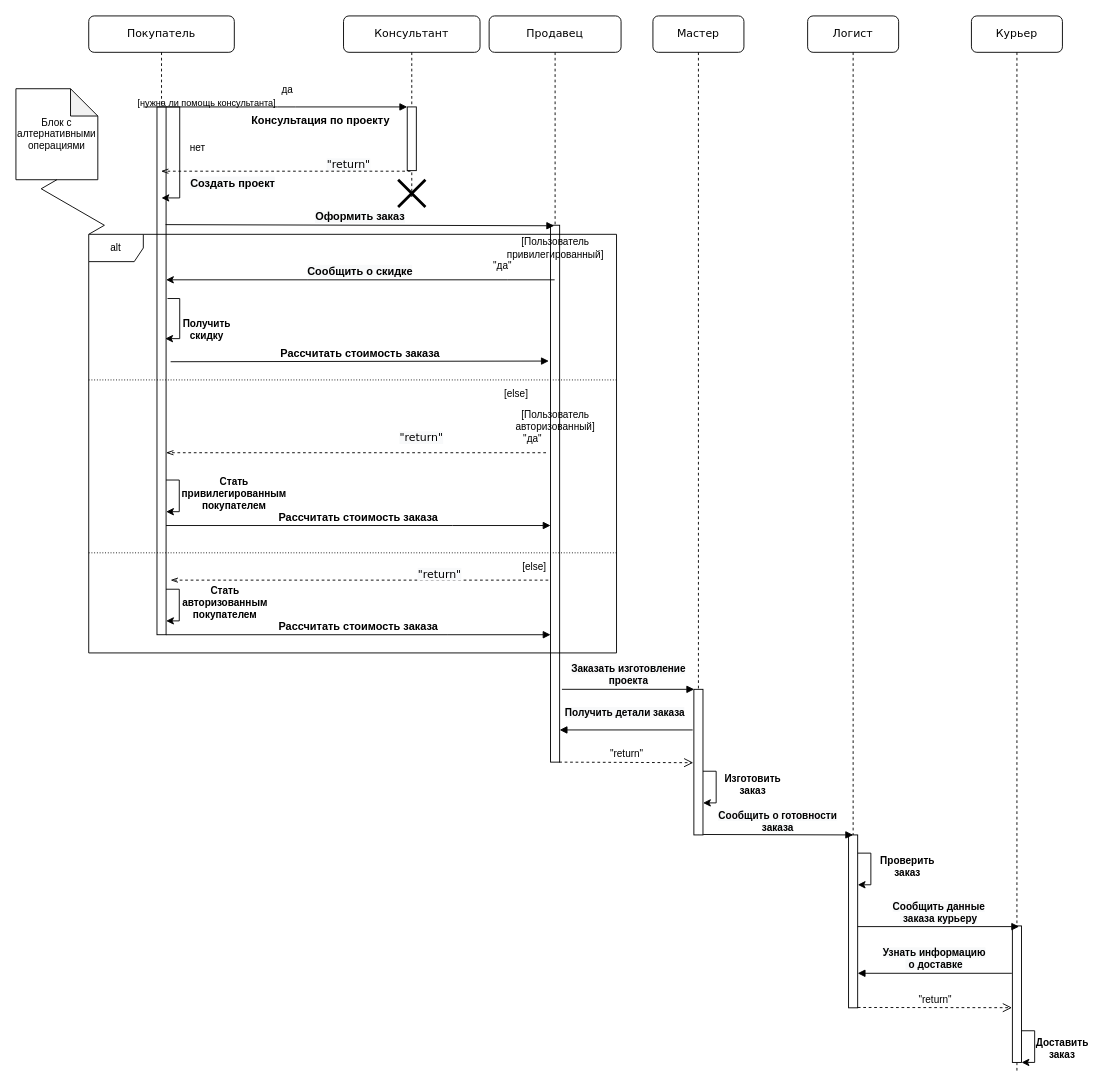
Earlier version of the draw.io diagram Диаграмма без названия.drawio (shatanov/IT-exams). Source tidied: cells renumbered, new cells numbered last; positions are measured from the earlier drawing's top-left corner, leaving out a move shared by most shapes. Both pictures are drawn from the tidied source at 91%, with x=0, y=0 at pixel (15, 15).
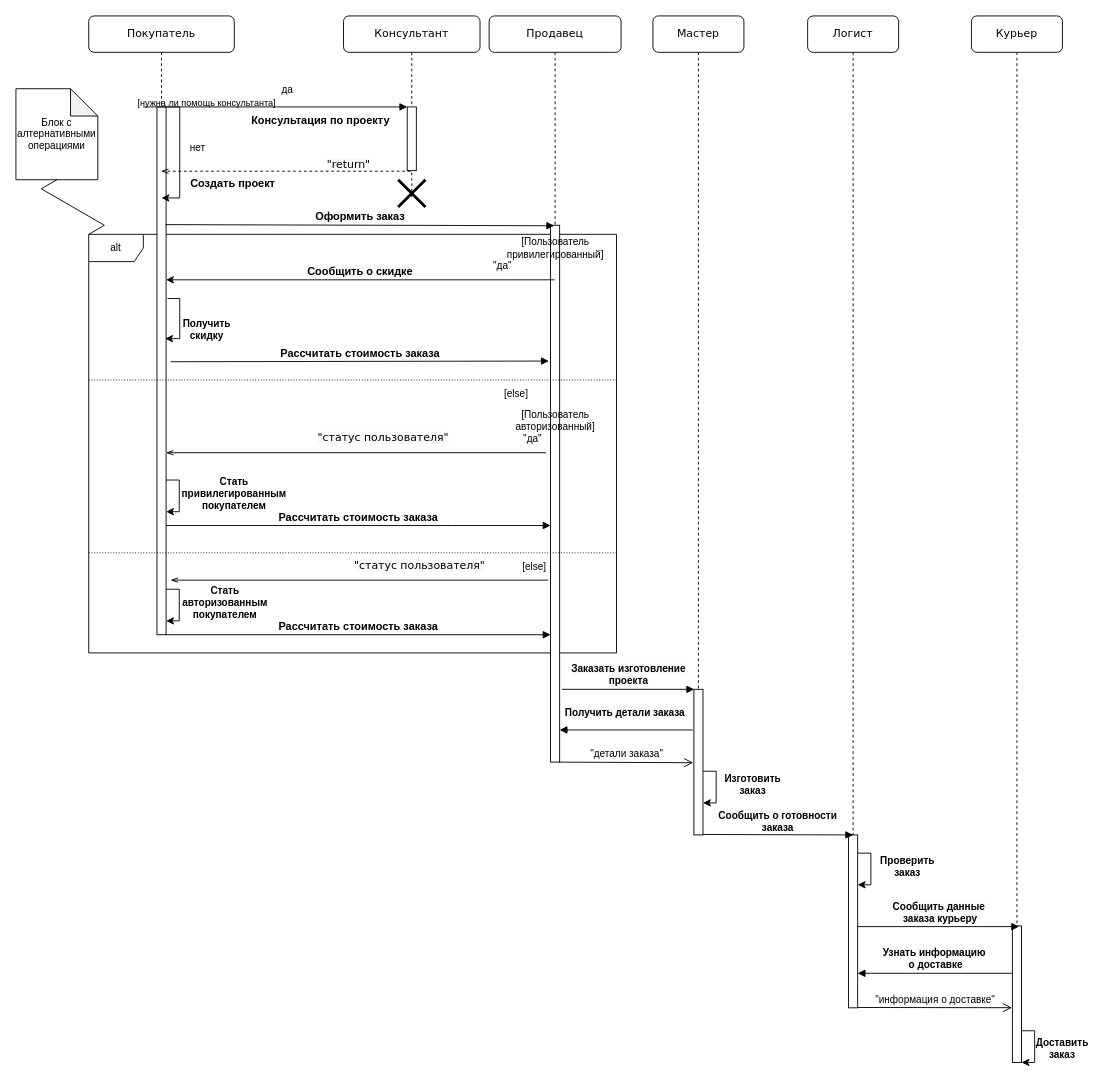
The same page after the edit.

The change refers to these unchanged cells:
```xml
<mxCell id="8" style="html=1;points=[];perimeter=orthogonalPerimeter;rounded=0;shadow=0;comic=0;labelBackgroundColor=none;strokeWidth=1;fontFamily=Verdana;fontSize=12;align=center;" parent="7" vertex="1">
  <mxGeometry x="67.5" y="230" width="10" height="590" as="geometry" />
</mxCell>
<mxCell id="13" value="&quot;да&quot;" style="text;html=1;strokeColor=none;fillColor=none;align=center;verticalAlign=middle;whiteSpace=wrap;rounded=0;fontSize=11;" parent="7" vertex="1">
  <mxGeometry x="17.5" y="450" width="60" height="30" as="geometry" />
</mxCell>
<mxCell id="15" style="html=1;points=[];perimeter=orthogonalPerimeter;rounded=0;shadow=0;comic=0;labelBackgroundColor=none;strokeWidth=1;fontFamily=Verdana;fontSize=12;align=center;" parent="14" vertex="1">
  <mxGeometry x="45" y="740" width="10" height="160" as="geometry" />
</mxCell>
<mxCell id="18" style="html=1;points=[];perimeter=orthogonalPerimeter;rounded=0;shadow=0;comic=0;labelBackgroundColor=none;strokeWidth=1;fontFamily=Verdana;fontSize=12;align=center;" parent="17" vertex="1">
  <mxGeometry x="45" y="900" width="10" height="190" as="geometry" />
</mxCell>
<mxCell id="21" style="html=1;points=[];perimeter=orthogonalPerimeter;rounded=0;shadow=0;comic=0;labelBackgroundColor=none;strokeColor=#000000;strokeWidth=1;fillColor=#FFFFFF;fontFamily=Verdana;fontSize=12;fontColor=#000000;align=center;" parent="20" vertex="1">
  <mxGeometry x="45" y="1000" width="10" height="150" as="geometry" />
</mxCell>
<mxCell id="24" style="html=1;points=[];perimeter=orthogonalPerimeter;rounded=0;shadow=0;comic=0;labelBackgroundColor=none;strokeWidth=1;fontFamily=Verdana;fontSize=12;align=center;" parent="23" vertex="1">
  <mxGeometry x="75" y="100" width="10" height="580" as="geometry" />
</mxCell>
<mxCell id="44" value="[else]" style="text;html=1;strokeColor=none;fillColor=none;align=center;verticalAlign=middle;whiteSpace=wrap;rounded=0;fontSize=11;" parent="1" vertex="1">
  <mxGeometry x="540" y="590" width="60" height="30" as="geometry" />
</mxCell>
```

Diff of the diagram source:
```diff
@@
+    <mxCell id="61" value="alt" style="shape=umlFrame;whiteSpace=wrap;html=1;fontSize=11;" parent="1" vertex="1">
+      <mxGeometry x="80" y="240" width="580" height="460" as="geometry" />
+    </mxCell>
@@
     <mxCell id="20" value="Курьер" style="shape=umlLifeline;perimeter=lifelinePerimeter;whiteSpace=wrap;html=1;rounded=1;shadow=0;comic=0;labelBackgroundColor=none;strokeWidth=1;fontFamily=Verdana;fontSize=12;align=center;" parent="1" vertex="1">
-      <mxGeometry x="1050" width="100" height="1160" as="geometry" />
+      <mxGeometry x="1050" width="100" height="1150" as="geometry" />
     </mxCell>
@@
-    <mxCell id="40" style="html=1;verticalAlign=bottom;endArrow=openThin;rounded=0;fontSize=11;strokeWidth=1;exitX=0.75;exitY=1;exitDx=0;exitDy=0;dashed=1;endFill=0;" parent="1" edge="1" source="13" target="24">
+    <mxCell id="40" style="html=1;verticalAlign=bottom;endArrow=openThin;rounded=0;fontSize=11;strokeWidth=1;exitX=0.75;exitY=1;exitDx=0;exitDy=0;endFill=0;" parent="1" edge="1" source="13" target="24">
       <mxGeometry relative="1" as="geometry" />
     </mxCell>
@@
-    <mxCell id="42" value="&lt;span style=&quot;color: rgb(0 , 0 , 0) ; font-family: &amp;#34;verdana&amp;#34; ; font-size: 12px ; font-style: normal ; font-weight: 400 ; letter-spacing: normal ; text-align: center ; text-indent: 0px ; text-transform: none ; word-spacing: 0px ; background-color: rgb(248 , 249 , 250) ; display: inline ; float: none&quot;&gt;&quot;return&quot;&lt;/span&gt;" style="text;whiteSpace=wrap;html=1;fontSize=11;" parent="1" vertex="1">
-      <mxGeometry x="420" y="450" width="60" height="30" as="geometry" />
+    <mxCell id="42" value="&lt;span style=&quot;color: rgb(0 , 0 , 0) ; font-family: &amp;#34;verdana&amp;#34; ; font-size: 12px ; font-style: normal ; font-weight: 400 ; letter-spacing: normal ; text-align: center ; text-indent: 0px ; text-transform: none ; word-spacing: 0px ; background-color: rgb(248 , 249 , 250) ; display: inline ; float: none&quot;&gt;&quot;статус пользователя&quot;&lt;/span&gt;" style="text;whiteSpace=wrap;html=1;fontSize=11;" parent="1" vertex="1">
+      <mxGeometry x="330" y="450" width="150" height="30" as="geometry" />
     </mxCell>
@@
-    <mxCell id="45" style="html=1;verticalAlign=bottom;endArrow=openThin;rounded=0;fontSize=11;strokeWidth=1;exitX=0.75;exitY=1;exitDx=0;exitDy=0;dashed=1;endFill=0;" parent="1" edge="1" source="44">
+    <mxCell id="45" style="html=1;verticalAlign=bottom;endArrow=openThin;rounded=0;fontSize=11;strokeWidth=1;exitX=0.75;exitY=1;exitDx=0;exitDy=0;endFill=0;" parent="1" edge="1" source="44">
       <mxGeometry relative="1" as="geometry">
         <mxPoint x="170" y="620" as="targetPoint" />
       </mxGeometry>
     </mxCell>
@@
-    <mxCell id="48" value="&lt;span style=&quot;color: rgb(0 , 0 , 0) ; font-family: &amp;#34;verdana&amp;#34; ; font-size: 12px ; font-style: normal ; font-weight: 400 ; letter-spacing: normal ; text-align: center ; text-indent: 0px ; text-transform: none ; word-spacing: 0px ; background-color: rgb(248 , 249 , 250) ; display: inline ; float: none&quot;&gt;&quot;return&quot;&lt;/span&gt;" style="text;whiteSpace=wrap;html=1;fontSize=11;" parent="1" vertex="1">
-      <mxGeometry x="440" y="600" width="60" height="30" as="geometry" />
+    <mxCell id="48" value="&lt;span style=&quot;color: rgb(0 , 0 , 0) ; font-family: &amp;#34;verdana&amp;#34; ; font-size: 12px ; font-style: normal ; font-weight: 400 ; letter-spacing: normal ; text-align: center ; text-indent: 0px ; text-transform: none ; word-spacing: 0px ; background-color: rgb(248 , 249 , 250) ; display: inline ; float: none&quot;&gt;&quot;статус пользователя&quot;&lt;/span&gt;" style="text;whiteSpace=wrap;html=1;fontSize=11;" parent="1" vertex="1">
+      <mxGeometry x="370" y="590" width="170" height="30" as="geometry" />
     </mxCell>
@@
-    <mxCell id="51" value="&quot;return&quot;" style="html=1;verticalAlign=bottom;endArrow=open;dashed=1;endSize=8;rounded=0;fontSize=11;strokeWidth=1;entryX=-0.067;entryY=0.504;entryDx=0;entryDy=0;entryPerimeter=0;exitX=0.95;exitY=1;exitDx=0;exitDy=0;exitPerimeter=0;" parent="1" edge="1" source="8" target="15">
+    <mxCell id="51" value="&quot;детали заказа&quot;" style="html=1;verticalAlign=bottom;endArrow=open;endSize=8;rounded=0;fontSize=11;strokeWidth=1;entryX=-0.067;entryY=0.504;entryDx=0;entryDy=0;entryPerimeter=0;exitX=0.95;exitY=1;exitDx=0;exitDy=0;exitPerimeter=0;" parent="1" edge="1" source="8" target="15">
       <mxGeometry relative="1" as="geometry" />
     </mxCell>
@@
-    <mxCell id="57" value="&quot;return&quot;" style="html=1;verticalAlign=bottom;endArrow=open;dashed=1;endSize=8;rounded=0;fontSize=11;strokeWidth=1;exitX=1.016;exitY=0.998;exitDx=0;exitDy=0;exitPerimeter=0;entryX=-0.042;entryY=0.599;entryDx=0;entryDy=0;entryPerimeter=0;" parent="1" edge="1" source="18" target="21">
+    <mxCell id="57" value="&quot;информация о доставке&quot;" style="html=1;verticalAlign=bottom;endArrow=open;endSize=8;rounded=0;fontSize=11;strokeWidth=1;exitX=1.016;exitY=0.998;exitDx=0;exitDy=0;exitPerimeter=0;entryX=-0.042;entryY=0.599;entryDx=0;entryDy=0;entryPerimeter=0;" parent="1" edge="1" source="18" target="21">
       <mxGeometry relative="1" as="geometry" />
     </mxCell>
@@
-    <mxCell id="61" value="alt" style="shape=umlFrame;whiteSpace=wrap;html=1;fontSize=11;" parent="1" vertex="1">
-      <mxGeometry x="80" y="240" width="580" height="460" as="geometry" />
-    </mxCell>
```
